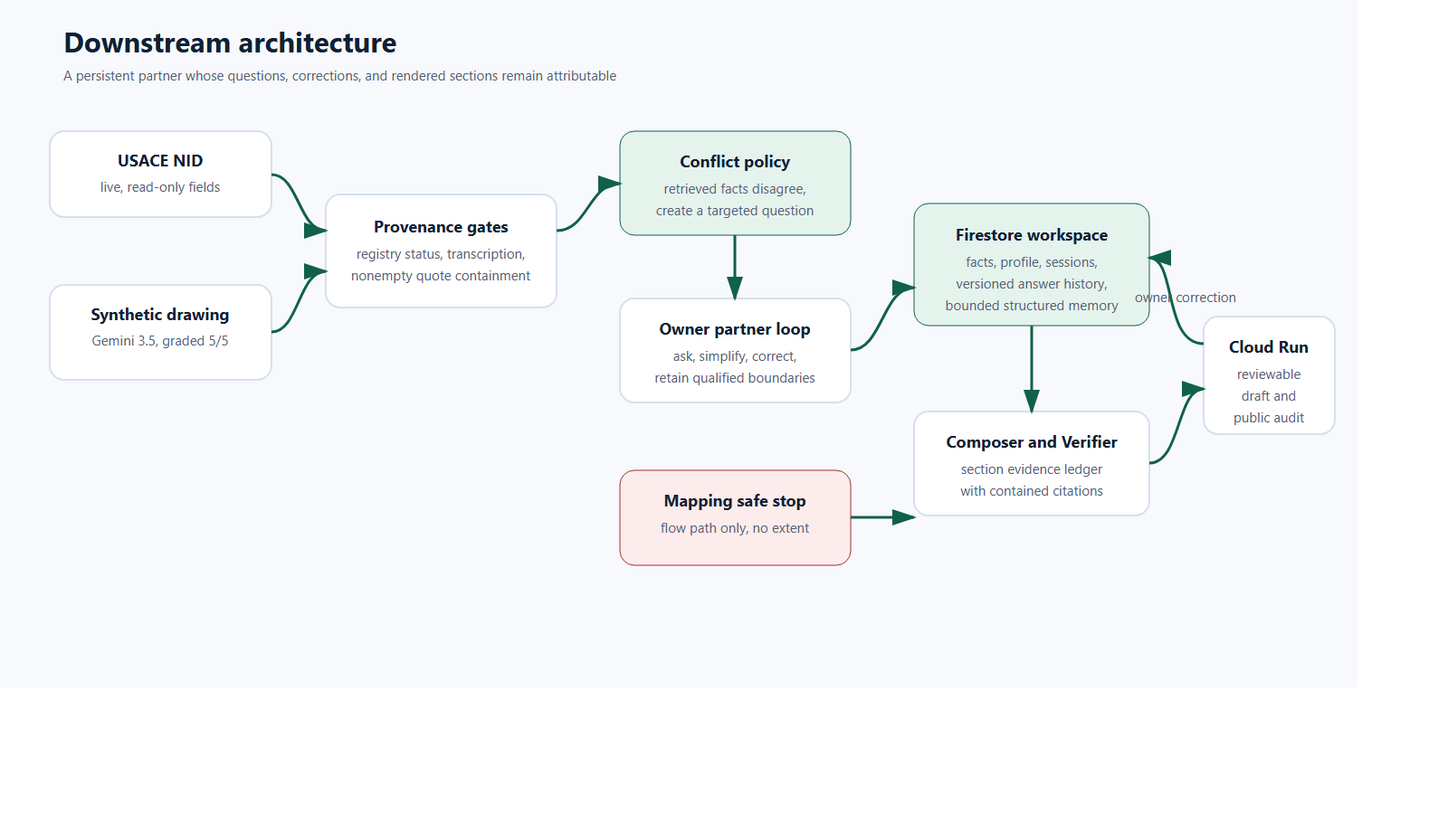
The Mermaid diagram docs/architecture.png in usv240/downstream, before a commit. Its source is kept beside it as docs/architecture.mmd. Its diagram source:
```mermaid
flowchart LR
    NID[USACE NID FeatureServer] --> R[Registry reader]
    IMG[Synthetic legacy drawing] --> G[Vertex AI Gemini 3.5 Flash]
    G --> Q[Transcription and quote gate]
    R --> FACTS[Provenance-bearing facts]
    Q --> FACTS
    FACTS --> X{Sources conflict?}
    X -->|yes| P[Targeted clarification]
    X -->|no| DB[(Firestore workspace)]
    OWNER[Owner, many short sessions] <--> P
    P --> H[Versioned answer history]
    H <--> DB
    DB --> M[Bounded memory and profile]
    M --> P
    DB --> C[Section composer]
    REQ[FEMA and ASDSO passages] --> V[Verifier]
    C --> V
    V --> L[Section evidence ledger]
    MAP[Mapping applicability gate] -->|unproven| STOP[Safe stop, flow path only]
    STOP --> L
    L --> DRAFT[Reviewable EAP draft]
    DRAFT --> UI[Accessible Cloud Run web app]
    UI -->|owner correction| P
```
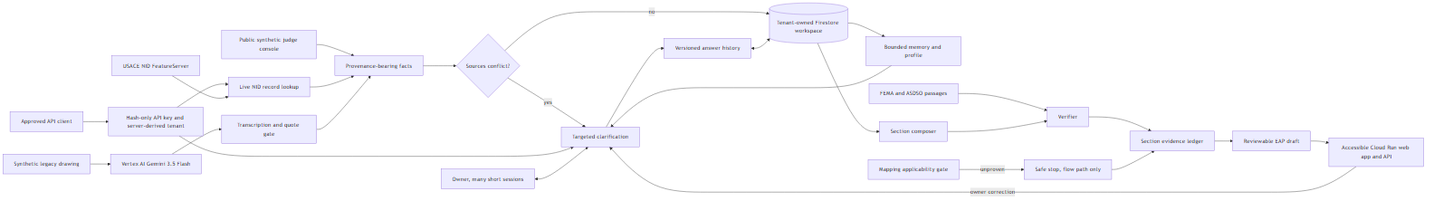
The same diagram one commit later.

The edit, as a diff of the source:
```diff
@@ -1,12 +1,16 @@
 flowchart LR
-    NID[USACE NID FeatureServer] --> R[Registry reader]
+    API[Approved API client] --> K[Hash-only API key and server-derived tenant]
+    K --> R[Live NID record lookup]
+    NID[USACE NID FeatureServer] --> R
+    J[Public synthetic judge console] --> FACTS[Provenance-bearing facts]
     IMG[Synthetic legacy drawing] --> G[Vertex AI Gemini 3.5 Flash]
     G --> Q[Transcription and quote gate]
-    R --> FACTS[Provenance-bearing facts]
+    R --> FACTS
     Q --> FACTS
     FACTS --> X{Sources conflict?}
     X -->|yes| P[Targeted clarification]
-    X -->|no| DB[(Firestore workspace)]
+    X -->|no| DB[(Tenant-owned Firestore workspace)]
+    K --> P
     OWNER[Owner, many short sessions] <--> P
     P --> H[Versioned answer history]
     H <--> DB
@@ -19,5 +23,5 @@
     MAP[Mapping applicability gate] -->|unproven| STOP[Safe stop, flow path only]
     STOP --> L
     L --> DRAFT[Reviewable EAP draft]
-    DRAFT --> UI[Accessible Cloud Run web app]
+    DRAFT --> UI[Accessible Cloud Run web app and API]
     UI -->|owner correction| P
```
